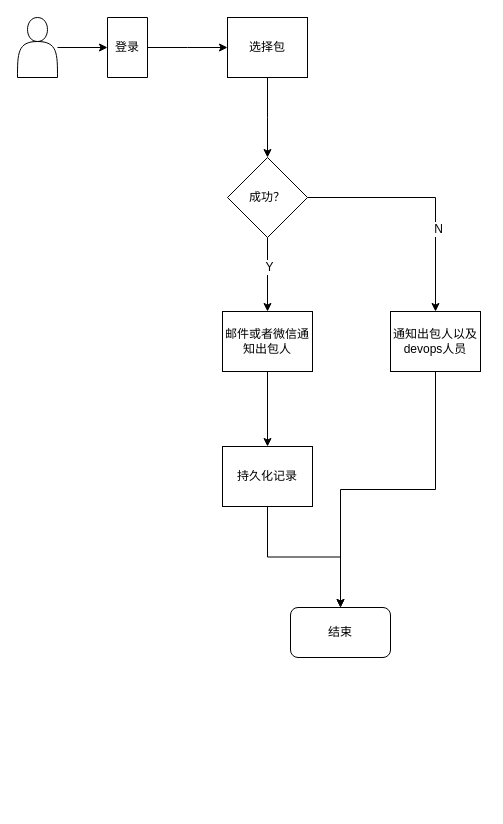
This is Untitled Diagram.drawio from helios741/plan, a draw.io file, before an edit. Source tidied: cells renumbered, new cells numbered last; positions are measured from the earlier drawing's top-left corner, leaving out a move shared by most shapes. Both pictures are drawn from the tidied source at 100%, with x=0, y=0 at pixel (17, 17).
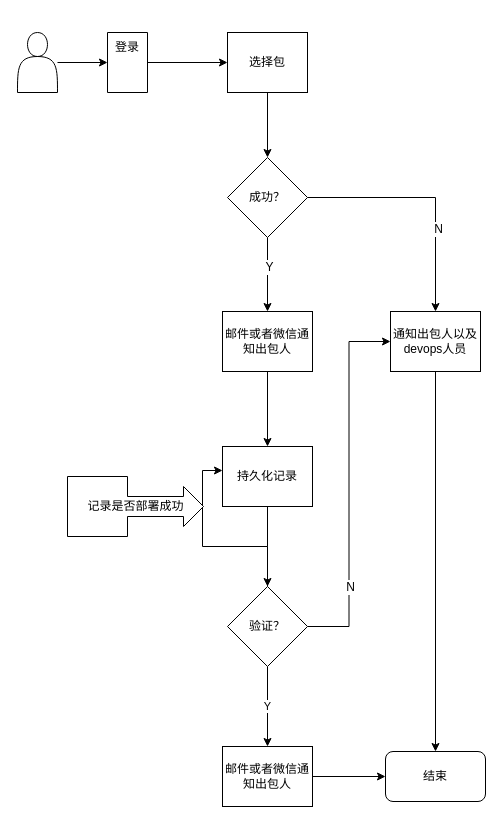
The same page after the edit.

The change refers to these unchanged cells:
```xml
<mxCell id="6" value="登录" style="text;html=1;strokeColor=none;fillColor=none;align=center;verticalAlign=middle;whiteSpace=wrap;rounded=0;" parent="1" vertex="1">
  <mxGeometry x="90" y="20" width="40" height="20" as="geometry" />
</mxCell>
<mxCell id="17" value="通知出包人以及devops人员" style="rounded=0;whiteSpace=wrap;html=1;" parent="1" vertex="1">
  <mxGeometry x="373" y="294" width="90" height="60" as="geometry" />
</mxCell>
<mxCell id="19" value="持久化记录" style="rounded=0;whiteSpace=wrap;html=1;" parent="1" vertex="1">
  <mxGeometry x="205" y="429" width="90" height="60" as="geometry" />
</mxCell>
```

Change to the diagram source:
```diff
@@
     <mxCell id="3" style="shape=actor;whiteSpace=wrap;html=1;" parent="1" vertex="1">
-      <mxGeometry width="40" height="60" as="geometry" />
+      <mxGeometry y="15" width="40" height="60" as="geometry" />
     </mxCell>
+    <mxCell id="21" style="edgeStyle=orthogonalEdgeStyle;rounded=0;jettySize=auto;html=1;" parent="1" edge="1" source="4" target="8">
+      <mxGeometry relative="1" as="geometry" />
+    </mxCell>
     <mxCell id="4" style="verticalLabelPosition=bottom;verticalAlign=top;html=1;shape=mxgraph.basic.rect;fillColor=#ffffff;fillColor2=none;strokeColor=#000000;strokeWidth=1;size=20;indent=5;" parent="1" vertex="1">
-      <mxGeometry x="90" width="40" height="60" as="geometry" />
+      <mxGeometry x="90" y="15" width="40" height="60" as="geometry" />
     </mxCell>
-    <mxCell id="5" style="edgeStyle=orthogonalEdgeStyle;rounded=0;jettySize=auto;html=1;" parent="1" edge="1" source="6">
-      <mxGeometry relative="1" as="geometry">
-        <mxPoint x="210" y="30" as="targetPoint" />
-      </mxGeometry>
-    </mxCell>
@@
     <mxCell id="8" value="选择包" style="rounded=0;whiteSpace=wrap;html=1;" parent="1" vertex="1">
-      <mxGeometry x="210" width="80" height="60" as="geometry" />
+      <mxGeometry x="210" y="15" width="80" height="60" as="geometry" />
     </mxCell>
@@
-    <mxCell id="18" style="edgeStyle=orthogonalEdgeStyle;rounded=0;jettySize=auto;html=1;entryX=0.5;entryY=0;entryDx=0;entryDy=0;" parent="1" edge="1" source="19" target="20">
-      <mxGeometry relative="1" as="geometry" />
-    </mxCell>
+    <mxCell id="22" style="edgeStyle=orthogonalEdgeStyle;rounded=0;jettySize=auto;html=1;" parent="1" edge="1" source="19">
+      <mxGeometry relative="1" as="geometry">
+        <mxPoint x="250" y="569" as="targetPoint" />
+      </mxGeometry>
+    </mxCell>
@@
     <mxCell id="20" value="结束" style="rounded=1;whiteSpace=wrap;html=1;" parent="1" vertex="1">
-      <mxGeometry x="273" y="590" width="100" height="50" as="geometry" />
+      <mxGeometry x="368" y="734" width="100" height="50" as="geometry" />
     </mxCell>
+    <mxCell id="23" style="edgeStyle=orthogonalEdgeStyle;rounded=0;jettySize=auto;html=1;entryX=0;entryY=0.5;entryDx=0;entryDy=0;" parent="1" edge="1" source="27" target="17">
+      <mxGeometry relative="1" as="geometry" />
+    </mxCell>
+    <mxCell id="24" value="N" style="text;html=1;align=center;verticalAlign=middle;labelBackgroundColor=#ffffff;" parent="23" vertex="1">
+      <mxGeometry x="-0.56" y="-1" relative="1" as="geometry" />
+    </mxCell>
+    <mxCell id="25" style="edgeStyle=orthogonalEdgeStyle;rounded=0;jettySize=auto;html=1;entryX=0;entryY=0.4;entryDx=0;entryDy=0;entryPerimeter=0;" parent="1" edge="1" source="27" target="19">
+      <mxGeometry relative="1" as="geometry" />
+    </mxCell>
+    <mxCell id="26" value="Y" style="edgeStyle=orthogonalEdgeStyle;rounded=0;jettySize=auto;html=1;" parent="1" edge="1" source="27">
+      <mxGeometry relative="1" as="geometry">
+        <mxPoint x="250" y="729" as="targetPoint" />
+      </mxGeometry>
+    </mxCell>
+    <mxCell id="27" value="验证？" style="rhombus;whiteSpace=wrap;html=1;" parent="1" vertex="1">
+      <mxGeometry x="210" y="569" width="80" height="80" as="geometry" />
+    </mxCell>
+    <mxCell id="28" value="记录是否部署成功" style="html=1;shadow=0;dashed=0;align=center;verticalAlign=middle;shape=mxgraph.arrows2.calloutArrow;dy=10;dx=20;notch=60;arrowHead=10;" parent="1" vertex="1">
+      <mxGeometry x="50" y="459" width="136" height="60" as="geometry" />
+    </mxCell>
+    <mxCell id="29" style="edgeStyle=orthogonalEdgeStyle;rounded=0;jettySize=auto;html=1;" parent="1" edge="1" source="30" target="20">
+      <mxGeometry relative="1" as="geometry" />
+    </mxCell>
+    <mxCell id="30" value="邮件或者微信通知出包人" style="rounded=0;whiteSpace=wrap;html=1;" parent="1" vertex="1">
+      <mxGeometry x="205" y="729" width="90" height="60" as="geometry" />
+    </mxCell>
```
